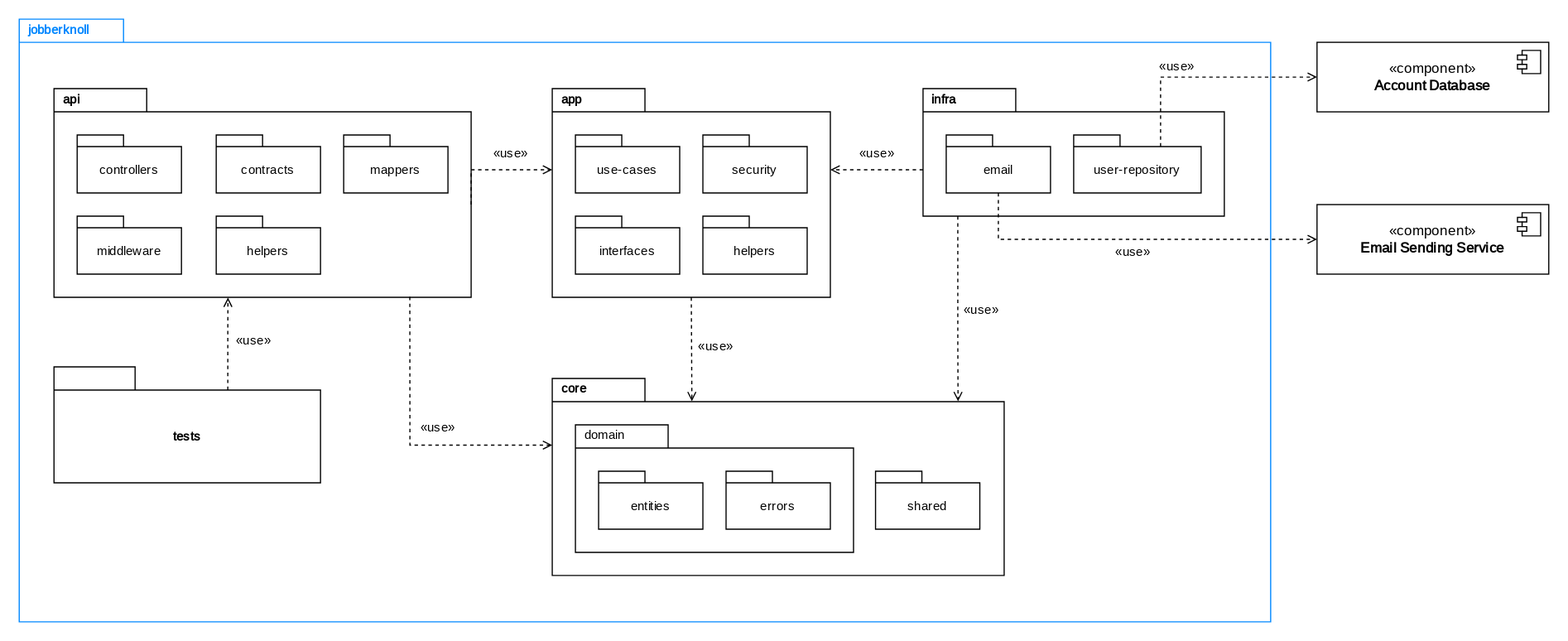
PWR-ACS-SE-24/SoftwareSystemDesign keeps this draw.io diagram as documentation/course/e2/images/package-diagram-jobberknoll.drawio.svg. Above is the earlier version. Source tidied: cells renumbered, new cells last; positions are measured from the earlier drawing's top-left corner, leaving out a move shared by most shapes.
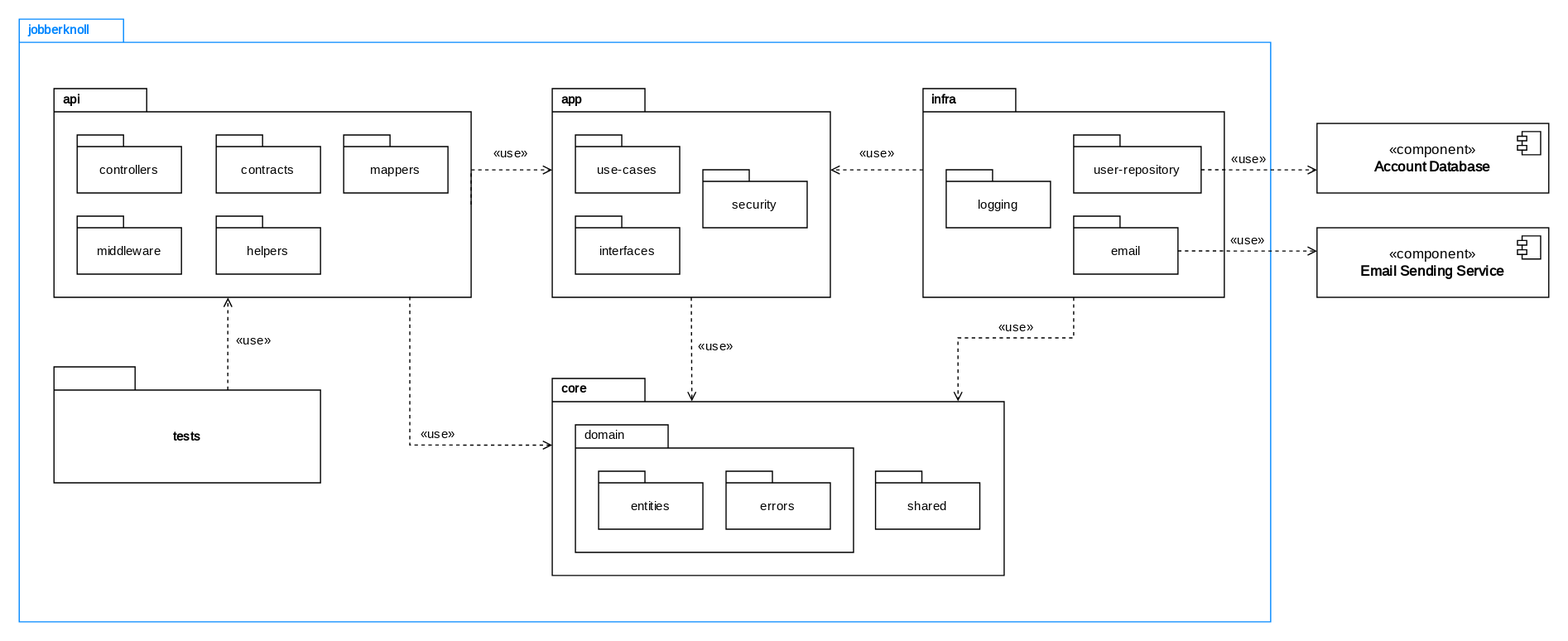
Above is the later version.

Commit message:
Motivate library choices

Change to the diagram source:
```diff
@@ -36,14 +36,11 @@
       <mxGeometry x="20" y="40" width="90" height="50" as="geometry" />
     </mxCell>
     <mxCell id="13" value="security" style="shape=folder;fontStyle=0;spacingTop=10;tabWidth=40;tabHeight=10;tabPosition=left;html=1;whiteSpace=wrap;strokeColor=#000000;align=center;verticalAlign=middle;spacingBottom=0;spacing=4;spacingLeft=0;fontFamily=JetBrains Mono;fontSource=https%3A%2F%2Ffonts.googleapis.com%2Fcss%3Ffamily%3DJetBrains%2BMono;fontSize=11;" parent="10" vertex="1">
-      <mxGeometry x="130" y="40" width="90" height="50" as="geometry" />
+      <mxGeometry x="130" y="70" width="90" height="50" as="geometry" />
     </mxCell>
     <mxCell id="14" value="interfaces" style="shape=folder;fontStyle=0;spacingTop=10;tabWidth=40;tabHeight=10;tabPosition=left;html=1;whiteSpace=wrap;strokeColor=#000000;align=center;verticalAlign=middle;spacingBottom=0;spacing=4;spacingLeft=0;fontFamily=JetBrains Mono;fontSource=https%3A%2F%2Ffonts.googleapis.com%2Fcss%3Ffamily%3DJetBrains%2BMono;fontSize=11;" parent="10" vertex="1">
       <mxGeometry x="20" y="110" width="90" height="50" as="geometry" />
     </mxCell>
-    <mxCell id="15" value="helpers" style="shape=folder;fontStyle=0;spacingTop=10;tabWidth=40;tabHeight=10;tabPosition=left;html=1;whiteSpace=wrap;strokeColor=#000000;align=center;verticalAlign=middle;spacingBottom=0;spacing=4;spacingLeft=0;fontFamily=JetBrains Mono;fontSource=https%3A%2F%2Ffonts.googleapis.com%2Fcss%3Ffamily%3DJetBrains%2BMono;fontSize=11;" parent="10" vertex="1">
-      <mxGeometry x="130" y="110" width="90" height="50" as="geometry" />
-    </mxCell>
     <mxCell id="16" style="group;fontFamily=JetBrains Mono;fontSource=https%3A%2F%2Ffonts.googleapis.com%2Fcss%3Ffamily%3DJetBrains%2BMono;fontSize=11;fontStyle=0;" parent="1" vertex="1">
       <mxGeometry x="460" y="310" width="390" height="170" as="geometry" />
     </mxCell>
@@ -68,18 +65,6 @@
     <mxCell id="23" value="errors" style="shape=folder;fontStyle=0;spacingTop=10;tabWidth=40;tabHeight=10;tabPosition=left;html=1;whiteSpace=wrap;strokeColor=#000000;align=center;verticalAlign=middle;spacingBottom=0;spacing=4;spacingLeft=0;fontFamily=JetBrains Mono;fontSource=https%3A%2F%2Ffonts.googleapis.com%2Fcss%3Ffamily%3DJetBrains%2BMono;fontSize=11;" parent="20" vertex="1">
       <mxGeometry x="130" y="40" width="90" height="50" as="geometry" />
     </mxCell>
-    <mxCell id="24" style="group;fontFamily=JetBrains Mono;fontSource=https%3A%2F%2Ffonts.googleapis.com%2Fcss%3Ffamily%3DJetBrains%2BMono;fontSize=11;fontStyle=0;" parent="1" vertex="1">
-      <mxGeometry x="780" y="60" width="260" height="110" as="geometry" />
-    </mxCell>
-    <mxCell id="25" value="&lt;b&gt;infra&lt;/b&gt;" style="shape=folder;fontStyle=0;spacingTop=-6;tabWidth=80;tabHeight=20;tabPosition=left;html=1;whiteSpace=wrap;strokeColor=#000000;align=left;verticalAlign=top;spacingBottom=0;spacing=4;spacingLeft=4;fontFamily=JetBrains Mono;fontSource=https%3A%2F%2Ffonts.googleapis.com%2Fcss%3Ffamily%3DJetBrains%2BMono;fontSize=11;" parent="24" vertex="1">
-      <mxGeometry width="260" height="110" as="geometry" />
-    </mxCell>
-    <mxCell id="26" value="user-repository" style="shape=folder;fontStyle=0;spacingTop=10;tabWidth=40;tabHeight=10;tabPosition=left;html=1;whiteSpace=wrap;strokeColor=#000000;align=center;verticalAlign=middle;spacingBottom=0;spacing=4;spacingLeft=0;fontFamily=JetBrains Mono;fontSource=https%3A%2F%2Ffonts.googleapis.com%2Fcss%3Ffamily%3DJetBrains%2BMono;fontSize=11;" parent="24" vertex="1">
-      <mxGeometry x="130" y="40" width="110" height="50" as="geometry" />
-    </mxCell>
-    <mxCell id="27" value="email" style="shape=folder;fontStyle=0;spacingTop=10;tabWidth=40;tabHeight=10;tabPosition=left;html=1;whiteSpace=wrap;strokeColor=#000000;align=center;verticalAlign=middle;spacingBottom=0;spacing=4;spacingLeft=0;fontFamily=JetBrains Mono;fontSource=https%3A%2F%2Ffonts.googleapis.com%2Fcss%3Ffamily%3DJetBrains%2BMono;fontSize=11;" parent="24" vertex="1">
-      <mxGeometry x="20" y="40" width="90" height="50" as="geometry" />
-    </mxCell>
     <mxCell id="28" value="&lt;b&gt;tests&lt;/b&gt;" style="shape=folder;fontStyle=0;spacingTop=20;tabWidth=70;tabHeight=20;tabPosition=left;html=1;whiteSpace=wrap;strokeColor=#000000;align=center;verticalAlign=middle;spacingBottom=0;spacing=4;spacingLeft=0;fontFamily=JetBrains Mono;fontSource=https%3A%2F%2Ffonts.googleapis.com%2Fcss%3Ffamily%3DJetBrains%2BMono;fontSize=11;" parent="1" vertex="1">
       <mxGeometry x="30" y="300" width="230" height="100" as="geometry" />
     </mxCell>
@@ -121,21 +106,15 @@
     </mxCell>
     <mxCell id="36" value="«use»&lt;b&gt;&lt;br&gt;&lt;/b&gt;" style="edgeLabel;html=1;align=center;verticalAlign=middle;fontFamily=JetBrains Mono;fontSource=https%3A%2F%2Ffonts.googleapis.com%2Fcss%3Ffamily%3DJetBrains%2BMono;" parent="35" vertex="1">
       <mxGeometry x="-0.42" y="3" relative="1" as="geometry">
-        <mxPoint x="20" y="38" as="offset" />
+        <mxPoint x="20" y="45" as="offset" />
       </mxGeometry>
     </mxCell>
-    <mxCell id="37" style="edgeStyle=orthogonalEdgeStyle;rounded=0;jettySize=auto;html=1;entryX=0.898;entryY=0.116;entryDx=0;entryDy=0;entryPerimeter=0;endArrow=open;endFill=0;dashed=1;fontFamily=JetBrains Mono;fontSource=https%3A%2F%2Ffonts.googleapis.com%2Fcss%3Ffamily%3DJetBrains%2BMono;" parent="1" edge="1" target="17">
-      <mxGeometry relative="1" as="geometry">
-        <mxPoint x="810" y="170" as="sourcePoint" />
-        <Array as="points">
-          <mxPoint x="810" y="280" />
-          <mxPoint x="810" y="280" />
-        </Array>
-      </mxGeometry>
+    <mxCell id="37" style="edgeStyle=orthogonalEdgeStyle;rounded=0;jettySize=auto;html=1;entryX=0.898;entryY=0.116;entryDx=0;entryDy=0;entryPerimeter=0;endArrow=open;endFill=0;dashed=1;fontFamily=JetBrains Mono;fontSource=https%3A%2F%2Ffonts.googleapis.com%2Fcss%3Ffamily%3DJetBrains%2BMono;" parent="1" edge="1" source="25" target="17">
+      <mxGeometry relative="1" as="geometry" />
     </mxCell>
     <mxCell id="38" value="«use»&lt;b&gt;&lt;br&gt;&lt;/b&gt;" style="edgeLabel;html=1;align=center;verticalAlign=middle;fontFamily=JetBrains Mono;fontSource=https%3A%2F%2Ffonts.googleapis.com%2Fcss%3Ffamily%3DJetBrains%2BMono;" parent="37" vertex="1">
       <mxGeometry y="1" relative="1" as="geometry">
-        <mxPoint x="18" as="offset" />
+        <mxPoint x="10" y="-11" as="offset" />
       </mxGeometry>
     </mxCell>
     <mxCell id="39" style="edgeStyle=orthogonalEdgeStyle;rounded=0;jettySize=auto;html=1;exitX=0;exitY=0;exitDx=150;exitDy=20;exitPerimeter=0;entryX=0.417;entryY=1.001;entryDx=0;entryDy=0;entryPerimeter=0;dashed=1;endArrow=open;endFill=0;fontFamily=JetBrains Mono;fontSource=https%3A%2F%2Ffonts.googleapis.com%2Fcss%3Ffamily%3DJetBrains%2BMono;" parent="1" edge="1" source="28" target="4">
@@ -147,7 +126,7 @@
       </mxGeometry>
     </mxCell>
     <mxCell id="41" value="&lt;div&gt;«component»&lt;b&gt;&lt;br&gt;&lt;/b&gt;&lt;/div&gt;&lt;div&gt;&lt;b&gt;Account Database &lt;/b&gt;&lt;/div&gt;" style="html=1;whiteSpace=wrap;fontFamily=JetBrains Mono;fontSource=https%3A%2F%2Ffonts.googleapis.com%2Fcss%3Ffamily%3DJetBrains%2BMono;" parent="1" vertex="1">
-      <mxGeometry x="1120" y="20" width="200" height="60" as="geometry" />
+      <mxGeometry x="1120" y="90" width="200" height="60" as="geometry" />
     </mxCell>
     <mxCell id="42" style="shape=module;jettyWidth=8;jettyHeight=4;fontFamily=JetBrains Mono;fontSource=https%3A%2F%2Ffonts.googleapis.com%2Fcss%3Ffamily%3DJetBrains%2BMono;" parent="41" vertex="1">
       <mxGeometry x="1" width="20" height="20" relative="1" as="geometry">
@@ -155,31 +134,52 @@
       </mxGeometry>
     </mxCell>
     <mxCell id="43" value="&lt;div&gt;«component»&lt;b&gt;&lt;br&gt;&lt;/b&gt;&lt;/div&gt;&lt;div&gt;&lt;b&gt;Email Sending Service &lt;/b&gt;&lt;/div&gt;" style="html=1;whiteSpace=wrap;fontFamily=JetBrains Mono;fontSource=https%3A%2F%2Ffonts.googleapis.com%2Fcss%3Ffamily%3DJetBrains%2BMono;" parent="1" vertex="1">
-      <mxGeometry x="1120" y="160" width="200" height="60" as="geometry" />
+      <mxGeometry x="1120" y="180" width="200" height="60" as="geometry" />
     </mxCell>
     <mxCell id="44" style="shape=module;jettyWidth=8;jettyHeight=4;fontFamily=JetBrains Mono;fontSource=https%3A%2F%2Ffonts.googleapis.com%2Fcss%3Ffamily%3DJetBrains%2BMono;" parent="43" vertex="1">
       <mxGeometry x="1" width="20" height="20" relative="1" as="geometry">
         <mxPoint x="-27" y="7" as="offset" />
       </mxGeometry>
     </mxCell>
+    <mxCell id="49" style="group;" parent="1" vertex="1">
+      <mxGeometry x="780" y="60" width="260" height="180" as="geometry" />
+    </mxCell>
+    <mxCell id="25" value="&lt;b&gt;infra&lt;/b&gt;" style="shape=folder;fontStyle=0;spacingTop=-6;tabWidth=80;tabHeight=20;tabPosition=left;html=1;whiteSpace=wrap;strokeColor=#000000;align=left;verticalAlign=top;spacingBottom=0;spacing=4;spacingLeft=4;fontFamily=JetBrains Mono;fontSource=https%3A%2F%2Ffonts.googleapis.com%2Fcss%3Ffamily%3DJetBrains%2BMono;fontSize=11;" parent="49" vertex="1">
+      <mxGeometry width="260" height="180" as="geometry" />
+    </mxCell>
+    <mxCell id="26" value="user-repository" style="shape=folder;fontStyle=0;spacingTop=10;tabWidth=40;tabHeight=10;tabPosition=left;html=1;whiteSpace=wrap;strokeColor=#000000;align=center;verticalAlign=middle;spacingBottom=0;spacing=4;spacingLeft=0;fontFamily=JetBrains Mono;fontSource=https%3A%2F%2Ffonts.googleapis.com%2Fcss%3Ffamily%3DJetBrains%2BMono;fontSize=11;" parent="49" vertex="1">
+      <mxGeometry x="130" y="40" width="110" height="50" as="geometry" />
+    </mxCell>
+    <mxCell id="27" value="email" style="shape=folder;fontStyle=0;spacingTop=10;tabWidth=40;tabHeight=10;tabPosition=left;html=1;whiteSpace=wrap;strokeColor=#000000;align=center;verticalAlign=middle;spacingBottom=0;spacing=4;spacingLeft=0;fontFamily=JetBrains Mono;fontSource=https%3A%2F%2Ffonts.googleapis.com%2Fcss%3Ffamily%3DJetBrains%2BMono;fontSize=11;" parent="49" vertex="1">
+      <mxGeometry x="130" y="110" width="90" height="50" as="geometry" />
+    </mxCell>
+    <mxCell id="50" value="logging" style="shape=folder;fontStyle=0;spacingTop=10;tabWidth=40;tabHeight=10;tabPosition=left;html=1;whiteSpace=wrap;strokeColor=#000000;align=center;verticalAlign=middle;spacingBottom=0;spacing=4;spacingLeft=0;fontFamily=JetBrains Mono;fontSource=https%3A%2F%2Ffonts.googleapis.com%2Fcss%3Ffamily%3DJetBrains%2BMono;fontSize=11;" parent="49" vertex="1">
+      <mxGeometry x="20" y="70" width="90" height="50" as="geometry" />
+    </mxCell>
-    <mxCell id="45" style="edgeStyle=orthogonalEdgeStyle;rounded=0;jettySize=auto;html=1;exitX=0.5;exitY=1;exitDx=0;exitDy=0;exitPerimeter=0;entryX=0;entryY=0.5;entryDx=0;entryDy=0;endArrow=open;endFill=0;dashed=1;fontFamily=JetBrains Mono;fontSource=https%3A%2F%2Ffonts.googleapis.com%2Fcss%3Ffamily%3DJetBrains%2BMono;" parent="1" edge="1" source="27" target="43">
-      <mxGeometry relative="1" as="geometry" />
+    <mxCell id="45" style="edgeStyle=orthogonalEdgeStyle;rounded=0;jettySize=auto;html=1;exitX=0;exitY=0;exitDx=90;exitDy=30;exitPerimeter=0;endArrow=open;endFill=0;dashed=1;fontFamily=JetBrains Mono;fontSource=https%3A%2F%2Ffonts.googleapis.com%2Fcss%3Ffamily%3DJetBrains%2BMono;" parent="1" edge="1" source="27" target="43">
+      <mxGeometry relative="1" as="geometry">
+        <Array as="points">
+          <mxPoint x="1090" y="200" />
+          <mxPoint x="1090" y="200" />
+        </Array>
+      </mxGeometry>
     </mxCell>
     <mxCell id="46" value="«use»&lt;b&gt;&lt;br&gt;&lt;/b&gt;" style="edgeLabel;html=1;align=center;verticalAlign=middle;fontFamily=JetBrains Mono;fontSource=https%3A%2F%2Ffonts.googleapis.com%2Fcss%3Ffamily%3DJetBrains%2BMono;" parent="45" vertex="1">
       <mxGeometry x="-0.09" y="1" relative="1" as="geometry">
-        <mxPoint x="12" y="11" as="offset" />
+        <mxPoint x="5" y="-9" as="offset" />
       </mxGeometry>
     </mxCell>
-    <mxCell id="47" style="edgeStyle=orthogonalEdgeStyle;rounded=0;jettySize=auto;html=1;exitX=0;exitY=0;exitDx=75;exitDy=10;exitPerimeter=0;entryX=0;entryY=0.5;entryDx=0;entryDy=0;endArrow=open;endFill=0;dashed=1;fontFamily=JetBrains Mono;fontSource=https%3A%2F%2Ffonts.googleapis.com%2Fcss%3Ffamily%3DJetBrains%2BMono;" parent="1" edge="1" source="26" target="41">
+    <mxCell id="47" style="edgeStyle=orthogonalEdgeStyle;rounded=0;jettySize=auto;html=1;exitX=0;exitY=0;exitDx=109.99999999999999;exitDy=30;exitPerimeter=0;endArrow=open;endFill=0;dashed=1;fontFamily=JetBrains Mono;fontSource=https%3A%2F%2Ffonts.googleapis.com%2Fcss%3Ffamily%3DJetBrains%2BMono;" parent="1" edge="1" source="26" target="41">
       <mxGeometry relative="1" as="geometry">
         <Array as="points">
-          <mxPoint x="985" y="50" />
+          <mxPoint x="1110" y="130" />
+          <mxPoint x="1110" y="130" />
         </Array>
       </mxGeometry>
     </mxCell>
     <mxCell id="48" value="«use»&lt;b&gt;&lt;br&gt;&lt;/b&gt;" style="edgeLabel;html=1;align=center;verticalAlign=middle;fontFamily=JetBrains Mono;fontSource=https%3A%2F%2Ffonts.googleapis.com%2Fcss%3Ffamily%3DJetBrains%2BMono;" parent="47" vertex="1">
       <mxGeometry x="-0.24" y="2" relative="1" as="geometry">
-        <mxPoint y="-8" as="offset" />
+        <mxPoint x="2" y="-8" as="offset" />
       </mxGeometry>
     </mxCell>
   </root>
```
